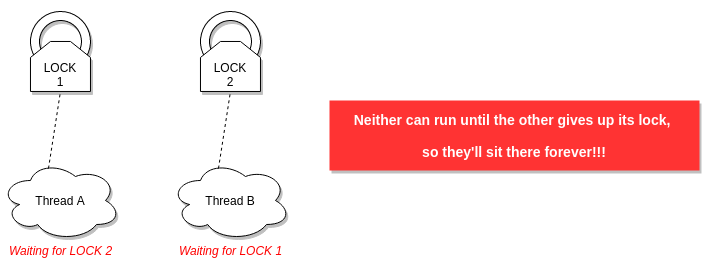
Earlier version of the draw.io export threads/readme_resources/deadlock.png (giuseppeiacono/OCP-Java-SE-8). Source tidied: cells renumbered, new cells last; positions are measured from the earlier drawing's top-left corner, leaving out a move shared by most shapes. The source it was exported from:
```xml
<mxGraphModel>
  <root>
    <mxCell id="0" />
    <mxCell id="1" parent="0" />
    <mxCell id="2" style="group;" parent="1" vertex="1">
      <mxGeometry x="19" width="82" height="91" as="geometry" />
    </mxCell>
    <mxCell id="3" style="verticalLabelPosition=bottom;verticalAlign=top;html=1;shape=mxgraph.basic.partConcEllipse;startAngle=0.25;endAngle=0.07983276469913346;arcWidth=0.3;rotation=120;shadow=1;" parent="2" vertex="1">
      <mxGeometry x="11" y="11" width="60" height="60" as="geometry" />
    </mxCell>
    <mxCell id="4" value="LOCK&lt;br&gt;1" style="shape=loopLimit;whiteSpace=wrap;html=1;verticalAlign=bottom;shadow=1;" parent="2" vertex="1">
      <mxGeometry x="11" y="41" width="60" height="50" as="geometry" />
    </mxCell>
    <mxCell id="5" style="group;" parent="1" vertex="1">
      <mxGeometry x="189" width="82" height="91" as="geometry" />
    </mxCell>
    <mxCell id="6" style="verticalLabelPosition=bottom;verticalAlign=top;html=1;shape=mxgraph.basic.partConcEllipse;startAngle=0.25;endAngle=0.07983276469913346;arcWidth=0.3;rotation=120;shadow=1;" parent="5" vertex="1">
      <mxGeometry x="11" y="11" width="60" height="60" as="geometry" />
    </mxCell>
    <mxCell id="7" value="LOCK&lt;br&gt;2" style="shape=loopLimit;whiteSpace=wrap;html=1;verticalAlign=bottom;shadow=1;" parent="5" vertex="1">
      <mxGeometry x="11" y="41" width="60" height="50" as="geometry" />
    </mxCell>
    <mxCell id="8" value="Thread A" style="ellipse;shape=cloud;whiteSpace=wrap;html=1;shadow=1;" parent="1" vertex="1">
      <mxGeometry y="160" width="120" height="80" as="geometry" />
    </mxCell>
    <mxCell id="9" value="Thread B" style="ellipse;shape=cloud;whiteSpace=wrap;html=1;shadow=1;" parent="1" vertex="1">
      <mxGeometry x="170" y="160" width="120" height="80" as="geometry" />
    </mxCell>
    <mxCell id="10" style="endArrow=none;dashed=1;html=1;exitX=0.4;exitY=0.1;exitDx=0;exitDy=0;exitPerimeter=0;entryX=0.5;entryY=1;entryDx=0;entryDy=0;" parent="1" edge="1" source="9" target="7">
      <mxGeometry relative="1" as="geometry" />
    </mxCell>
    <mxCell id="11" style="endArrow=none;dashed=1;html=1;exitX=0.4;exitY=0.1;exitDx=0;exitDy=0;exitPerimeter=0;entryX=0.5;entryY=1;entryDx=0;entryDy=0;" parent="1" edge="1" source="8" target="4">
      <mxGeometry relative="1" as="geometry" />
    </mxCell>
    <mxCell id="12" value="&lt;i&gt;&lt;font color=&quot;#ff0000&quot;&gt;Waiting for LOCK 2&lt;/font&gt;&lt;/i&gt;" style="text;html=1;align=center;verticalAlign=middle;" parent="1" vertex="1">
      <mxGeometry y="240" width="120" height="20" as="geometry" />
    </mxCell>
    <mxCell id="13" value="&lt;i&gt;&lt;font color=&quot;#ff0000&quot;&gt;Waiting for LOCK 1&lt;/font&gt;&lt;/i&gt;" style="text;html=1;align=center;verticalAlign=middle;" parent="1" vertex="1">
      <mxGeometry x="170" y="240" width="120" height="20" as="geometry" />
    </mxCell>
    <mxCell id="14" value="&lt;font style=&quot;font-size: 14px&quot;&gt;Neither can run until the other gives up its lock, &lt;br&gt;&lt;br&gt;so they'll sit there forever!!!&lt;/font&gt;" style="rounded=0;whiteSpace=wrap;html=1;shadow=1;strokeColor=none;fillColor=#FF3333;fontColor=#FFFFFF;fontStyle=1;" parent="1" vertex="1">
      <mxGeometry x="329" y="100" width="370" height="70" as="geometry" />
    </mxCell>
  </root>
</mxGraphModel>
```
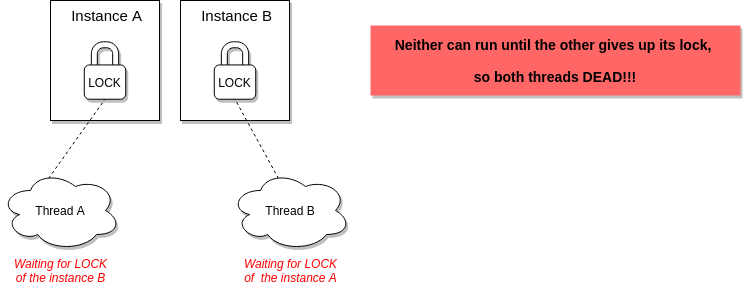
Above is the later version.

Diff of the diagram source:
```diff
@@ -2,44 +2,56 @@
   <root>
     <mxCell id="0" />
     <mxCell id="1" parent="0" />
-    <mxCell id="2" style="group;" parent="1" vertex="1">
-      <mxGeometry x="19" width="82" height="91" as="geometry" />
-    </mxCell>
-    <mxCell id="3" style="verticalLabelPosition=bottom;verticalAlign=top;html=1;shape=mxgraph.basic.partConcEllipse;startAngle=0.25;endAngle=0.07983276469913346;arcWidth=0.3;rotation=120;shadow=1;" parent="2" vertex="1">
-      <mxGeometry x="11" y="11" width="60" height="60" as="geometry" />
-    </mxCell>
-    <mxCell id="4" value="LOCK&lt;br&gt;1" style="shape=loopLimit;whiteSpace=wrap;html=1;verticalAlign=bottom;shadow=1;" parent="2" vertex="1">
-      <mxGeometry x="11" y="41" width="60" height="50" as="geometry" />
-    </mxCell>
-    <mxCell id="5" style="group;" parent="1" vertex="1">
-      <mxGeometry x="189" width="82" height="91" as="geometry" />
-    </mxCell>
-    <mxCell id="6" style="verticalLabelPosition=bottom;verticalAlign=top;html=1;shape=mxgraph.basic.partConcEllipse;startAngle=0.25;endAngle=0.07983276469913346;arcWidth=0.3;rotation=120;shadow=1;" parent="5" vertex="1">
-      <mxGeometry x="11" y="11" width="60" height="60" as="geometry" />
-    </mxCell>
-    <mxCell id="7" value="LOCK&lt;br&gt;2" style="shape=loopLimit;whiteSpace=wrap;html=1;verticalAlign=bottom;shadow=1;" parent="5" vertex="1">
-      <mxGeometry x="11" y="41" width="60" height="50" as="geometry" />
-    </mxCell>
-    <mxCell id="8" value="Thread A" style="ellipse;shape=cloud;whiteSpace=wrap;html=1;shadow=1;" parent="1" vertex="1">
-      <mxGeometry y="160" width="120" height="80" as="geometry" />
-    </mxCell>
-    <mxCell id="9" value="Thread B" style="ellipse;shape=cloud;whiteSpace=wrap;html=1;shadow=1;" parent="1" vertex="1">
-      <mxGeometry x="170" y="160" width="120" height="80" as="geometry" />
-    </mxCell>
+    <mxCell id="15" style="group;" parent="1" vertex="1">
+      <mxGeometry x="159" y="10" width="109" height="120" as="geometry" />
+    </mxCell>
+    <mxCell id="16" value="&lt;font style=&quot;font-size: 15px&quot;&gt;&amp;nbsp;Instance B&lt;/font&gt;" style="rounded=0;whiteSpace=wrap;html=1;shadow=1;verticalAlign=top;align=center;" parent="15" vertex="1">
+      <mxGeometry width="109" height="120" as="geometry" />
+    </mxCell>
+    <mxCell id="17" style="group;" parent="15" vertex="1">
+      <mxGeometry x="33.8" y="41.3" width="41.5" height="57.5" as="geometry" />
+    </mxCell>
+    <mxCell id="18" style="verticalLabelPosition=bottom;verticalAlign=top;html=1;shape=mxgraph.basic.rounded_frame;dx=6;shadow=1;rotation=-180;" parent="17" vertex="1">
+      <mxGeometry x="7.1" width="27.3" height="34.9" as="geometry" />
+    </mxCell>
+    <mxCell id="19" value="LOCK" style="rounded=1;whiteSpace=wrap;html=1;shadow=1;" parent="17" vertex="1">
+      <mxGeometry y="23.2" width="41.5" height="34.3" as="geometry" />
+    </mxCell>
+    <mxCell id="20" style="group;" parent="1" vertex="1">
+      <mxGeometry x="29" y="10" width="109" height="120" as="geometry" />
+    </mxCell>
+    <mxCell id="21" value="&lt;font style=&quot;font-size: 15px&quot;&gt;&amp;nbsp;Instance A&lt;/font&gt;" style="rounded=0;whiteSpace=wrap;html=1;shadow=1;verticalAlign=top;align=center;" parent="20" vertex="1">
+      <mxGeometry width="109" height="120" as="geometry" />
+    </mxCell>
+    <mxCell id="22" style="group;" parent="20" vertex="1">
+      <mxGeometry x="33.8" y="41.3" width="41.5" height="57.5" as="geometry" />
+    </mxCell>
+    <mxCell id="23" style="verticalLabelPosition=bottom;verticalAlign=top;html=1;shape=mxgraph.basic.rounded_frame;dx=6;shadow=1;rotation=-180;" parent="22" vertex="1">
+      <mxGeometry x="7.1" width="27.3" height="34.9" as="geometry" />
+    </mxCell>
+    <mxCell id="24" value="LOCK" style="rounded=1;whiteSpace=wrap;html=1;shadow=1;" parent="22" vertex="1">
+      <mxGeometry y="23.2" width="41.5" height="34.3" as="geometry" />
+    </mxCell>
-    <mxCell id="10" style="endArrow=none;dashed=1;html=1;exitX=0.4;exitY=0.1;exitDx=0;exitDy=0;exitPerimeter=0;entryX=0.5;entryY=1;entryDx=0;entryDy=0;" parent="1" edge="1" source="9" target="7">
+    <mxCell id="10" style="endArrow=none;dashed=1;html=1;exitX=0.4;exitY=0.1;exitDx=0;exitDy=0;exitPerimeter=0;entryX=0.5;entryY=1;entryDx=0;entryDy=0;" parent="1" edge="1" source="9" target="19">
       <mxGeometry relative="1" as="geometry" />
     </mxCell>
-    <mxCell id="11" style="endArrow=none;dashed=1;html=1;exitX=0.4;exitY=0.1;exitDx=0;exitDy=0;exitPerimeter=0;entryX=0.5;entryY=1;entryDx=0;entryDy=0;" parent="1" edge="1" source="8" target="4">
+    <mxCell id="11" style="endArrow=none;dashed=1;html=1;exitX=0.4;exitY=0.1;exitDx=0;exitDy=0;exitPerimeter=0;entryX=0.5;entryY=1;entryDx=0;entryDy=0;" parent="1" edge="1" source="8" target="24">
       <mxGeometry relative="1" as="geometry" />
     </mxCell>
+    <mxCell id="14" value="&lt;font style=&quot;font-size: 14px&quot;&gt;Neither can run until the other gives up its lock, &lt;br&gt;&lt;br&gt;so both threads&amp;nbsp;DEAD!!!&lt;/font&gt;" style="rounded=0;whiteSpace=wrap;html=1;shadow=1;strokeColor=none;fillColor=#FF6666;fontColor=#000000;fontStyle=1;" parent="1" vertex="1">
+      <mxGeometry x="349" y="35" width="370" height="70" as="geometry" />
+    </mxCell>
+    <mxCell id="8" value="Thread A" style="ellipse;shape=cloud;whiteSpace=wrap;html=1;shadow=1;" parent="1" vertex="1">
+      <mxGeometry x="-21" y="180" width="120" height="80" as="geometry" />
+    </mxCell>
-    <mxCell id="12" value="&lt;i&gt;&lt;font color=&quot;#ff0000&quot;&gt;Waiting for LOCK 2&lt;/font&gt;&lt;/i&gt;" style="text;html=1;align=center;verticalAlign=middle;" parent="1" vertex="1">
-      <mxGeometry y="240" width="120" height="20" as="geometry" />
+    <mxCell id="12" value="&lt;i&gt;&lt;font color=&quot;#ff0000&quot;&gt;Waiting for LOCK&lt;br&gt;of the instance B&lt;br&gt;&lt;/font&gt;&lt;/i&gt;" style="text;html=1;align=center;verticalAlign=middle;" parent="1" vertex="1">
+      <mxGeometry x="-16" y="265" width="110" height="30" as="geometry" />
     </mxCell>
+    <mxCell id="9" value="Thread B" style="ellipse;shape=cloud;whiteSpace=wrap;html=1;shadow=1;" parent="1" vertex="1">
+      <mxGeometry x="209" y="180" width="120" height="80" as="geometry" />
+    </mxCell>
-    <mxCell id="13" value="&lt;i&gt;&lt;font color=&quot;#ff0000&quot;&gt;Waiting for LOCK 1&lt;/font&gt;&lt;/i&gt;" style="text;html=1;align=center;verticalAlign=middle;" parent="1" vertex="1">
-      <mxGeometry x="170" y="240" width="120" height="20" as="geometry" />
+    <mxCell id="13" value="&lt;i&gt;&lt;font color=&quot;#ff0000&quot;&gt;Waiting for LOCK&lt;br&gt;&lt;/font&gt;&lt;/i&gt;&lt;i&gt;&lt;font color=&quot;#ff0000&quot;&gt;of&amp;nbsp;&amp;nbsp;&lt;/font&gt;&lt;/i&gt;&lt;i&gt;&lt;font color=&quot;#ff0000&quot;&gt;the&amp;nbsp;&lt;/font&gt;&lt;/i&gt;&lt;i&gt;&lt;font color=&quot;#ff0000&quot;&gt;instance A&lt;/font&gt;&lt;/i&gt;&lt;i&gt;&lt;font color=&quot;#ff0000&quot;&gt;&lt;br&gt;&lt;/font&gt;&lt;/i&gt;" style="text;html=1;align=center;verticalAlign=middle;" parent="1" vertex="1">
+      <mxGeometry x="214" y="265" width="110" height="30" as="geometry" />
     </mxCell>
-    <mxCell id="14" value="&lt;font style=&quot;font-size: 14px&quot;&gt;Neither can run until the other gives up its lock, &lt;br&gt;&lt;br&gt;so they'll sit there forever!!!&lt;/font&gt;" style="rounded=0;whiteSpace=wrap;html=1;shadow=1;strokeColor=none;fillColor=#FF3333;fontColor=#FFFFFF;fontStyle=1;" parent="1" vertex="1">
-      <mxGeometry x="329" y="100" width="370" height="70" as="geometry" />
-    </mxCell>
   </root>
 </mxGraphModel>
```
